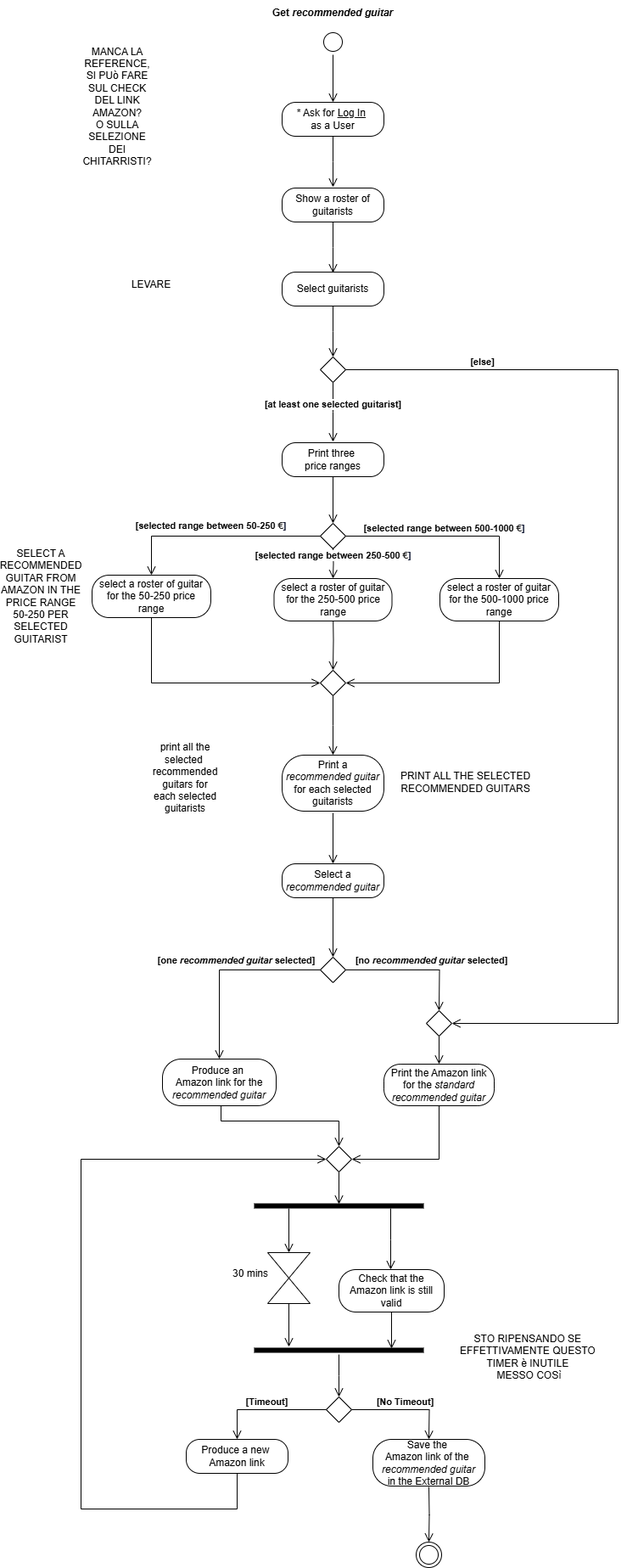
Above: ActivityDiagramM.drawio.png in TizianoLilli/ISPW-Project (draw.io), before the change. Source tidied: cells renumbered, new cells last; positions are measured from the earlier drawing's top-left corner, leaving out a move shared by most shapes.
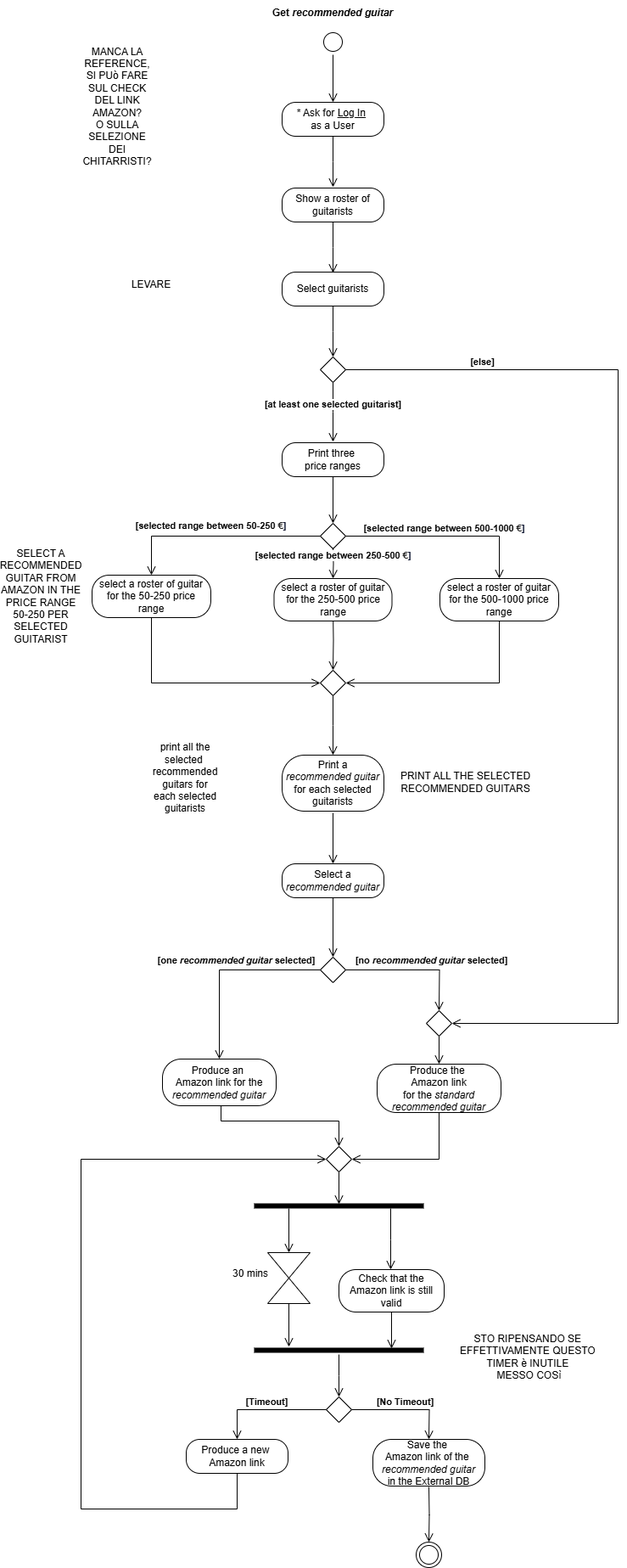
After the change.

Change to the diagram source:
```diff
@@ -217,8 +217,8 @@
     <mxCell id="56" value="&lt;b&gt;[one &lt;i&gt;recommended guitar&lt;/i&gt; selected]&lt;/b&gt;" style="edgeStyle=orthogonalEdgeStyle;html=1;verticalAlign=bottom;endArrow=open;endSize=8;rounded=0;labelBackgroundColor=none;fontColor=default;exitX=0;exitY=0.5;exitDx=0;exitDy=0;entryX=0.5;entryY=0;entryDx=0;entryDy=0;" parent="1" edge="1" source="55" target="20">
       <mxGeometry x="-0.12" y="-2" relative="1" as="geometry" />
     </mxCell>
-    <mxCell id="57" value="Print the Amazon link&lt;div&gt;for the &lt;i&gt;standard&lt;/i&gt;&lt;/div&gt;&lt;div&gt;&lt;i&gt;recommended guitar&lt;/i&gt;&lt;/div&gt;" style="rounded=1;whiteSpace=wrap;html=1;arcSize=40;labelBackgroundColor=none;" parent="1" vertex="1">
-      <mxGeometry x="434" y="1253" width="130" height="49" as="geometry" />
+    <mxCell id="57" value="Produce the&amp;nbsp;&lt;div&gt;Amazon link&lt;div&gt;for the &lt;i&gt;standard&lt;/i&gt;&lt;/div&gt;&lt;div&gt;&lt;i&gt;recommended guitar&lt;/i&gt;&lt;/div&gt;&lt;/div&gt;" style="rounded=1;whiteSpace=wrap;html=1;arcSize=40;labelBackgroundColor=none;" parent="1" vertex="1">
+      <mxGeometry x="426" y="1253" width="146" height="57" as="geometry" />
     </mxCell>
     <mxCell id="58" style="edgeStyle=orthogonalEdgeStyle;html=1;verticalAlign=bottom;endArrow=open;endSize=8;rounded=0;labelBackgroundColor=none;fontColor=default;entryX=1;entryY=0.5;entryDx=0;entryDy=0;exitX=0.5;exitY=1;exitDx=0;exitDy=0;" parent="1" edge="1" source="57" target="39">
       <mxGeometry relative="1" as="geometry">
```
